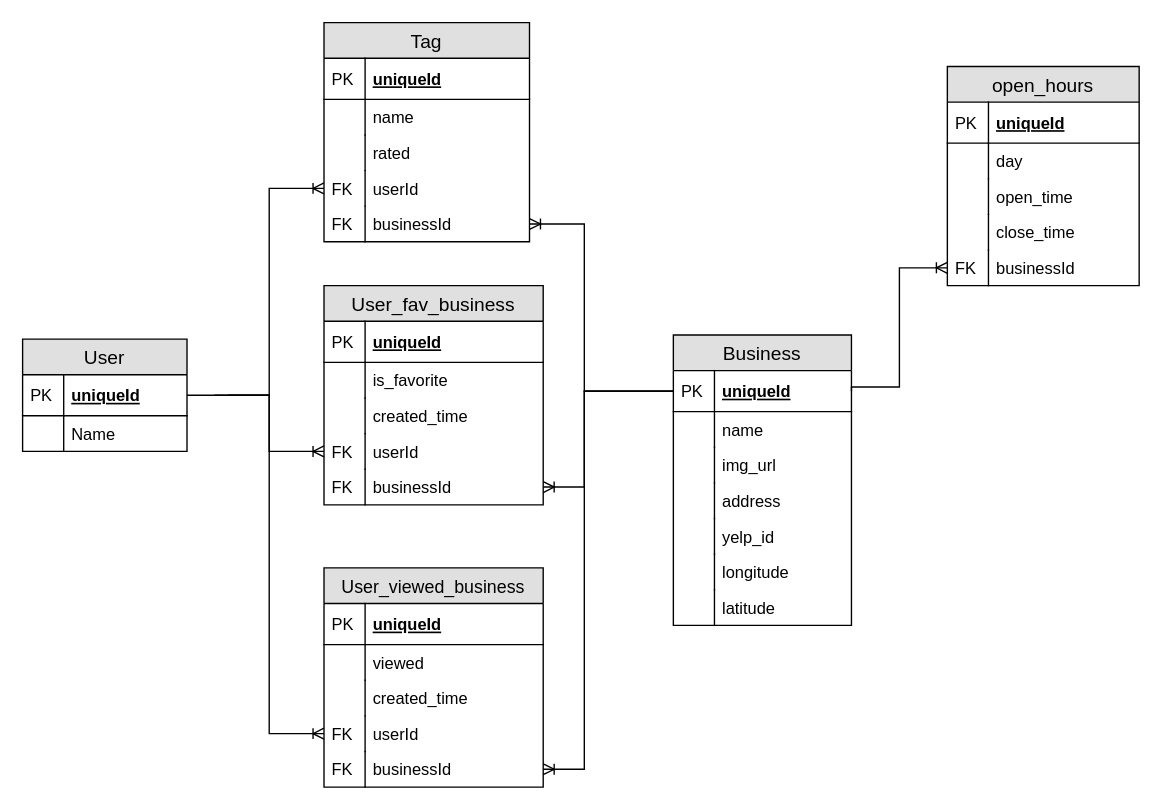
The draw.io diagram project-planning/cafeDesk-ERD.drawio in vnctwong/cafedesk-server, before the edit. Source tidied: cells renumbered, new cells numbered last; positions are measured from the earlier drawing's top-left corner, leaving out a move shared by most shapes. Both pictures are drawn from the tidied source at 137%, with x=0, y=0 at pixel (22, 22).
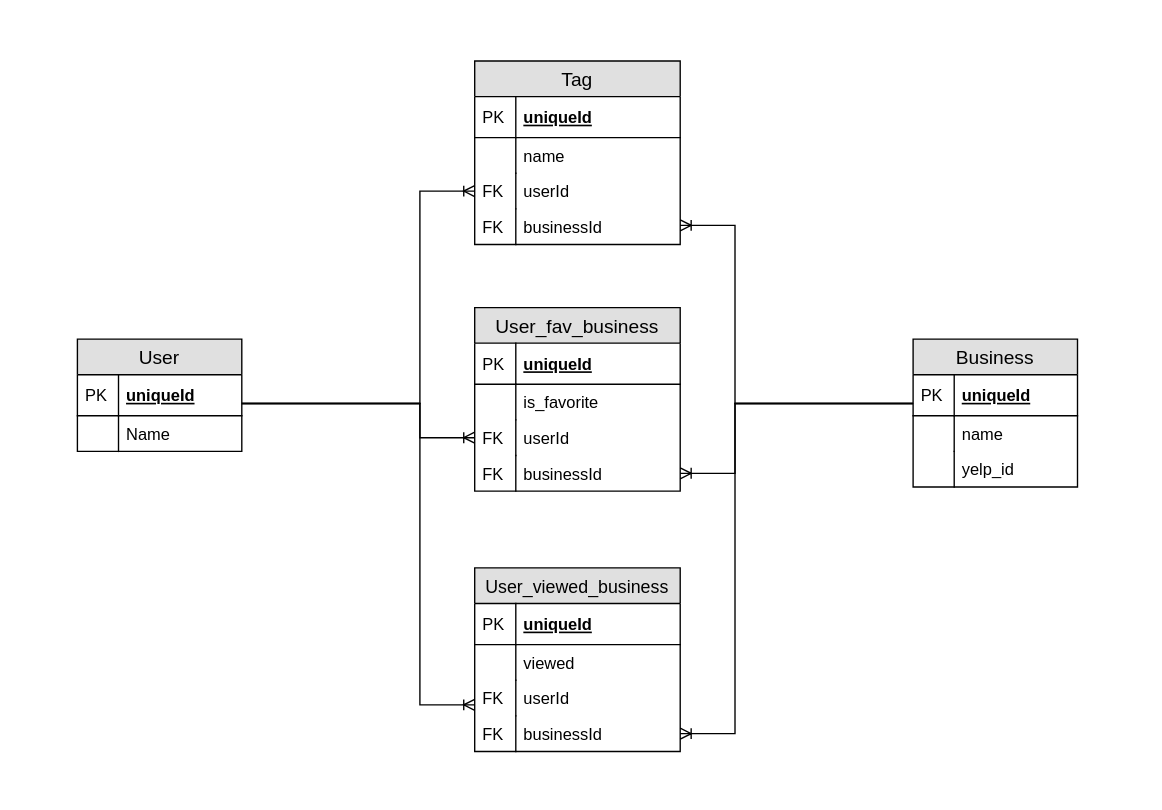
Above is the later version.

Commit message (it also covers changes not shown here):
minor linting + new ERD

Unchanged cells that the change refers to:
```xml
<mxCell id="3" value="uniqueId" style="shape=partialRectangle;top=0;left=0;right=0;bottom=1;align=left;verticalAlign=middle;fillColor=none;spacingLeft=34;spacingRight=4;overflow=hidden;points=[[0,0.5],[1,0.5]];portConstraint=eastwest;fontStyle=5;fontSize=12;" parent="2" vertex="1">
  <mxGeometry y="26" width="120" height="30" as="geometry" />
</mxCell>
```

Change to the diagram source:
```diff
@@
     <mxCell id="2" value="User" style="swimlane;fontStyle=0;horizontal=1;startSize=26;fillColor=#e0e0e0;swimlaneFillColor=#ffffff;align=center;fontSize=14;" parent="1" vertex="1">
-      <mxGeometry y="231" width="120" height="82" as="geometry" />
+      <mxGeometry x="40" y="231" width="120" height="82" as="geometry" />
     </mxCell>
@@
     <mxCell id="7" value="Business" style="swimlane;fontStyle=0;horizontal=1;startSize=26;fillColor=#e0e0e0;swimlaneFillColor=#ffffff;align=center;fontSize=14;" parent="1" vertex="1">
-      <mxGeometry x="475" y="228" width="130" height="212" as="geometry" />
+      <mxGeometry x="650" y="231" width="120" height="108" as="geometry" />
     </mxCell>
     <mxCell id="8" value="uniqueId" style="shape=partialRectangle;top=0;left=0;right=0;bottom=1;align=left;verticalAlign=middle;fillColor=none;spacingLeft=34;spacingRight=4;overflow=hidden;points=[[0,0.5],[1,0.5]];portConstraint=eastwest;fontStyle=5;fontSize=12;" parent="7" vertex="1">
-      <mxGeometry y="26" width="130" height="30" as="geometry" />
+      <mxGeometry y="26" width="120" height="30" as="geometry" />
     </mxCell>
@@
     <mxCell id="10" value="name" style="shape=partialRectangle;top=0;left=0;right=0;bottom=0;align=left;verticalAlign=top;fillColor=none;spacingLeft=34;spacingRight=4;overflow=hidden;points=[[0,0.5],[1,0.5]];portConstraint=eastwest;fontSize=12;" parent="7" vertex="1">
-      <mxGeometry y="56" width="130" height="26" as="geometry" />
+      <mxGeometry y="56" width="120" height="26" as="geometry" />
     </mxCell>
@@
-    <mxCell id="12" value="img_url" style="shape=partialRectangle;top=0;left=0;right=0;bottom=0;align=left;verticalAlign=top;fillColor=none;spacingLeft=34;spacingRight=4;overflow=hidden;fontSize=12;" parent="7" vertex="1">
-      <mxGeometry y="82" width="130" height="26" as="geometry" />
-    </mxCell>
-    <mxCell id="13" style="shape=partialRectangle;top=0;left=0;bottom=0;fillColor=none;align=left;verticalAlign=top;spacingLeft=4;spacingRight=4;overflow=hidden;fontSize=12;" parent="12" vertex="1">
-      <mxGeometry width="30" height="26" as="geometry" />
-    </mxCell>
-    <mxCell id="14" value="address" style="shape=partialRectangle;top=0;left=0;right=0;bottom=0;align=left;verticalAlign=top;fillColor=none;spacingLeft=34;spacingRight=4;overflow=hidden;fontSize=12;" parent="7" vertex="1">
-      <mxGeometry y="108" width="130" height="26" as="geometry" />
-    </mxCell>
-    <mxCell id="15" style="shape=partialRectangle;top=0;left=0;bottom=0;fillColor=none;align=left;verticalAlign=top;spacingLeft=4;spacingRight=4;overflow=hidden;fontSize=12;" parent="14" vertex="1">
-      <mxGeometry width="30" height="26" as="geometry" />
-    </mxCell>
@@
     <mxCell id="17" value="yelp_id" style="shape=partialRectangle;top=0;left=0;right=0;bottom=0;align=left;verticalAlign=top;fillColor=none;spacingLeft=34;spacingRight=4;overflow=hidden;fontSize=12;" parent="7" vertex="1">
-      <mxGeometry y="134" width="130" height="26" as="geometry" />
+      <mxGeometry y="82" width="120" height="26" as="geometry" />
     </mxCell>
@@
-    <mxCell id="19" value="longitude&#10;" style="shape=partialRectangle;top=0;left=0;right=0;bottom=0;align=left;verticalAlign=top;fillColor=none;spacingLeft=34;spacingRight=4;overflow=hidden;fontSize=12;" parent="7" vertex="1">
-      <mxGeometry y="160" width="130" height="26" as="geometry" />
-    </mxCell>
-    <mxCell id="20" style="shape=partialRectangle;top=0;left=0;bottom=0;fillColor=none;align=left;verticalAlign=top;spacingLeft=4;spacingRight=4;overflow=hidden;fontSize=12;" parent="19" vertex="1">
-      <mxGeometry width="30" height="26" as="geometry" />
-    </mxCell>
-    <mxCell id="21" value="latitude&#10;" style="shape=partialRectangle;top=0;left=0;right=0;bottom=0;align=left;verticalAlign=top;fillColor=none;spacingLeft=34;spacingRight=4;overflow=hidden;fontSize=12;" parent="7" vertex="1">
-      <mxGeometry y="186" width="130" height="26" as="geometry" />
-    </mxCell>
-    <mxCell id="22" style="shape=partialRectangle;top=0;left=0;bottom=0;fillColor=none;align=left;verticalAlign=top;spacingLeft=4;spacingRight=4;overflow=hidden;fontSize=12;" parent="21" vertex="1">
-      <mxGeometry width="30" height="26" as="geometry" />
-    </mxCell>
-    <mxCell id="23" value="open_hours" style="swimlane;fontStyle=0;horizontal=1;startSize=26;fillColor=#e0e0e0;swimlaneFillColor=#ffffff;align=center;fontSize=14;" parent="1" vertex="1">
-      <mxGeometry x="675" y="32" width="140" height="160" as="geometry" />
-    </mxCell>
-    <mxCell id="24" value="uniqueId" style="shape=partialRectangle;top=0;left=0;right=0;bottom=1;align=left;verticalAlign=middle;fillColor=none;spacingLeft=34;spacingRight=4;overflow=hidden;fontStyle=5;fontSize=12;" parent="23" vertex="1">
-      <mxGeometry y="26" width="140" height="30" as="geometry" />
-    </mxCell>
-    <mxCell id="25" value="PK" style="shape=partialRectangle;top=0;left=0;bottom=0;fillColor=none;align=left;verticalAlign=middle;spacingLeft=4;spacingRight=4;overflow=hidden;fontSize=12;" parent="24" vertex="1">
-      <mxGeometry width="30" height="30" as="geometry" />
-    </mxCell>
-    <mxCell id="26" value="day" style="shape=partialRectangle;top=0;left=0;right=0;bottom=0;align=left;verticalAlign=top;fillColor=none;spacingLeft=34;spacingRight=4;overflow=hidden;fontSize=12;" parent="23" vertex="1">
-      <mxGeometry y="56" width="140" height="26" as="geometry" />
-    </mxCell>
-    <mxCell id="27" style="shape=partialRectangle;top=0;left=0;bottom=0;fillColor=none;align=left;verticalAlign=top;spacingLeft=4;spacingRight=4;overflow=hidden;fontSize=12;" parent="26" vertex="1">
-      <mxGeometry width="30" height="26" as="geometry" />
-    </mxCell>
-    <mxCell id="28" value="open_time" style="shape=partialRectangle;top=0;left=0;right=0;bottom=0;align=left;verticalAlign=top;fillColor=none;spacingLeft=34;spacingRight=4;overflow=hidden;fontSize=12;" parent="23" vertex="1">
-      <mxGeometry y="82" width="140" height="26" as="geometry" />
-    </mxCell>
-    <mxCell id="29" style="shape=partialRectangle;top=0;left=0;bottom=0;fillColor=none;align=left;verticalAlign=top;spacingLeft=4;spacingRight=4;overflow=hidden;fontSize=12;" parent="28" vertex="1">
-      <mxGeometry width="30" height="26" as="geometry" />
-    </mxCell>
-    <mxCell id="30" value="close_time" style="shape=partialRectangle;top=0;left=0;right=0;bottom=0;align=left;verticalAlign=top;fillColor=none;spacingLeft=34;spacingRight=4;overflow=hidden;fontSize=12;" parent="23" vertex="1">
-      <mxGeometry y="108" width="140" height="26" as="geometry" />
-    </mxCell>
-    <mxCell id="31" style="shape=partialRectangle;top=0;left=0;bottom=0;fillColor=none;align=left;verticalAlign=top;spacingLeft=4;spacingRight=4;overflow=hidden;fontSize=12;" parent="30" vertex="1">
-      <mxGeometry width="30" height="26" as="geometry" />
-    </mxCell>
-    <mxCell id="32" value="businessId" style="shape=partialRectangle;top=0;left=0;right=0;bottom=0;align=left;verticalAlign=top;fillColor=none;spacingLeft=34;spacingRight=4;overflow=hidden;points=[[0,0.5],[1,0.5]];portConstraint=eastwest;fontSize=12;" parent="23" vertex="1">
-      <mxGeometry y="134" width="140" height="26" as="geometry" />
-    </mxCell>
-    <mxCell id="33" value="FK" style="shape=partialRectangle;top=0;left=0;bottom=0;fillColor=none;align=left;verticalAlign=top;spacingLeft=4;spacingRight=4;overflow=hidden;fontSize=12;" parent="32" vertex="1">
-      <mxGeometry width="30" height="26" as="geometry" />
-    </mxCell>
     <mxCell id="34" value="User_viewed_business" style="swimlane;fontStyle=0;horizontal=1;startSize=26;fillColor=#e0e0e0;swimlaneFillColor=#ffffff;align=center;fontSize=13;" parent="1" vertex="1">
-      <mxGeometry x="220" y="398" width="160" height="160" as="geometry" />
+      <mxGeometry x="330" y="398" width="150" height="134" as="geometry" />
     </mxCell>
     <mxCell id="35" value="uniqueId" style="shape=partialRectangle;top=0;left=0;right=0;bottom=1;align=left;verticalAlign=middle;fillColor=none;spacingLeft=34;spacingRight=4;overflow=hidden;fontStyle=5;fontSize=12;" parent="34" vertex="1">
-      <mxGeometry y="26" width="160" height="30" as="geometry" />
+      <mxGeometry y="26" width="150" height="30" as="geometry" />
     </mxCell>
@@
     <mxCell id="37" value="viewed" style="shape=partialRectangle;top=0;left=0;right=0;bottom=0;align=left;verticalAlign=top;fillColor=none;spacingLeft=34;spacingRight=4;overflow=hidden;fontSize=12;" parent="34" vertex="1">
-      <mxGeometry y="56" width="160" height="26" as="geometry" />
+      <mxGeometry y="56" width="150" height="26" as="geometry" />
     </mxCell>
@@
-    <mxCell id="39" value="created_time" style="shape=partialRectangle;top=0;left=0;right=0;bottom=0;align=left;verticalAlign=top;fillColor=none;spacingLeft=34;spacingRight=4;overflow=hidden;fontSize=12;" parent="34" vertex="1">
-      <mxGeometry y="82" width="160" height="26" as="geometry" />
-    </mxCell>
-    <mxCell id="40" style="shape=partialRectangle;top=0;left=0;bottom=0;fillColor=none;align=left;verticalAlign=top;spacingLeft=4;spacingRight=4;overflow=hidden;fontSize=12;" parent="39" vertex="1">
-      <mxGeometry width="30" height="26" as="geometry" />
-    </mxCell>
     <mxCell id="41" value="userId&#10;&#10;" style="shape=partialRectangle;top=0;left=0;right=0;bottom=0;align=left;verticalAlign=top;fillColor=none;spacingLeft=34;spacingRight=4;overflow=hidden;points=[[0,0.5],[1,0.5]];portConstraint=eastwest;fontSize=12;" parent="34" vertex="1">
-      <mxGeometry y="108" width="160" height="26" as="geometry" />
+      <mxGeometry y="82" width="150" height="26" as="geometry" />
     </mxCell>
@@
     <mxCell id="43" value="businessId" style="shape=partialRectangle;top=0;left=0;right=0;bottom=0;align=left;verticalAlign=top;fillColor=none;spacingLeft=34;spacingRight=4;overflow=hidden;points=[[0,0.5],[1,0.5]];portConstraint=eastwest;fontSize=12;" parent="34" vertex="1">
-      <mxGeometry y="134" width="160" height="26" as="geometry" />
+      <mxGeometry y="108" width="150" height="26" as="geometry" />
     </mxCell>
@@
     <mxCell id="45" value="User_fav_business" style="swimlane;fontStyle=0;horizontal=1;startSize=26;fillColor=#e0e0e0;swimlaneFillColor=#ffffff;align=center;fontSize=14;" parent="1" vertex="1">
-      <mxGeometry x="220" y="192" width="160" height="160" as="geometry" />
+      <mxGeometry x="330" y="208" width="150" height="134" as="geometry" />
     </mxCell>
     <mxCell id="46" value="uniqueId" style="shape=partialRectangle;top=0;left=0;right=0;bottom=1;align=left;verticalAlign=middle;fillColor=none;spacingLeft=34;spacingRight=4;overflow=hidden;fontStyle=5;fontSize=12;" parent="45" vertex="1">
-      <mxGeometry y="26" width="160" height="30" as="geometry" />
+      <mxGeometry y="26" width="150" height="30" as="geometry" />
     </mxCell>
@@
     <mxCell id="48" value="is_favorite" style="shape=partialRectangle;top=0;left=0;right=0;bottom=0;align=left;verticalAlign=top;fillColor=none;spacingLeft=34;spacingRight=4;overflow=hidden;fontSize=12;" parent="45" vertex="1">
-      <mxGeometry y="56" width="160" height="26" as="geometry" />
+      <mxGeometry y="56" width="150" height="26" as="geometry" />
     </mxCell>
@@
-    <mxCell id="50" value="created_time" style="shape=partialRectangle;top=0;left=0;right=0;bottom=0;align=left;verticalAlign=top;fillColor=none;spacingLeft=34;spacingRight=4;overflow=hidden;fontSize=12;" parent="45" vertex="1">
-      <mxGeometry y="82" width="160" height="26" as="geometry" />
-    </mxCell>
-    <mxCell id="51" style="shape=partialRectangle;top=0;left=0;bottom=0;fillColor=none;align=left;verticalAlign=top;spacingLeft=4;spacingRight=4;overflow=hidden;fontSize=12;" parent="50" vertex="1">
-      <mxGeometry width="30" height="26" as="geometry" />
-    </mxCell>
     <mxCell id="52" value="userId" style="shape=partialRectangle;top=0;left=0;right=0;bottom=0;align=left;verticalAlign=top;fillColor=none;spacingLeft=34;spacingRight=4;overflow=hidden;points=[[0,0.5],[1,0.5]];portConstraint=eastwest;fontSize=12;" parent="45" vertex="1">
-      <mxGeometry y="108" width="160" height="26" as="geometry" />
+      <mxGeometry y="82" width="150" height="26" as="geometry" />
     </mxCell>
@@
     <mxCell id="54" value="businessId" style="shape=partialRectangle;top=0;left=0;right=0;bottom=0;align=left;verticalAlign=top;fillColor=none;spacingLeft=34;spacingRight=4;overflow=hidden;points=[[0,0.5],[1,0.5]];portConstraint=eastwest;fontSize=12;" parent="45" vertex="1">
-      <mxGeometry y="134" width="160" height="26" as="geometry" />
+      <mxGeometry y="108" width="150" height="26" as="geometry" />
     </mxCell>
@@
     <mxCell id="56" value="Tag" style="swimlane;fontStyle=0;horizontal=1;startSize=26;fillColor=#e0e0e0;swimlaneFillColor=#ffffff;align=center;fontSize=14;" parent="1" vertex="1">
-      <mxGeometry x="220" width="150" height="160" as="geometry" />
+      <mxGeometry x="330" y="28" width="150" height="134" as="geometry" />
     </mxCell>
@@
-    <mxCell id="61" value="rated" style="shape=partialRectangle;top=0;left=0;right=0;bottom=0;align=left;verticalAlign=top;fillColor=none;spacingLeft=34;spacingRight=4;overflow=hidden;fontSize=12;" parent="56" vertex="1">
-      <mxGeometry y="82" width="150" height="26" as="geometry" />
-    </mxCell>
-    <mxCell id="62" style="shape=partialRectangle;top=0;left=0;bottom=0;fillColor=none;align=left;verticalAlign=top;spacingLeft=4;spacingRight=4;overflow=hidden;fontSize=12;" parent="61" vertex="1">
-      <mxGeometry width="30" height="26" as="geometry" />
-    </mxCell>
     <mxCell id="63" value="userId" style="shape=partialRectangle;top=0;left=0;right=0;bottom=0;align=left;verticalAlign=top;fillColor=none;spacingLeft=34;spacingRight=4;overflow=hidden;points=[[0,0.5],[1,0.5]];portConstraint=eastwest;fontSize=12;" parent="56" vertex="1">
-      <mxGeometry y="108" width="150" height="26" as="geometry" />
+      <mxGeometry y="82" width="150" height="26" as="geometry" />
     </mxCell>
@@
     <mxCell id="65" value="businessId" style="shape=partialRectangle;top=0;left=0;right=0;bottom=0;align=left;verticalAlign=top;fillColor=none;spacingLeft=34;spacingRight=4;overflow=hidden;points=[[0,0.5],[1,0.5]];portConstraint=eastwest;fontSize=12;" parent="56" vertex="1">
-      <mxGeometry y="134" width="150" height="26" as="geometry" />
+      <mxGeometry y="108" width="150" height="26" as="geometry" />
     </mxCell>
@@
-    <mxCell id="67" style="edgeStyle=orthogonalEdgeStyle;fontSize=12;html=1;endArrow=ERoneToMany;strokeWidth=1;entryX=0;entryY=0.5;entryDx=0;entryDy=0;rounded=0;" parent="1" edge="1" target="63">
-      <mxGeometry relative="1" as="geometry">
-        <mxPoint x="140" y="272" as="sourcePoint" />
-        <Array as="points">
-          <mxPoint x="180" y="272" />
-          <mxPoint x="180" y="121" />
-        </Array>
-      </mxGeometry>
-    </mxCell>
+    <mxCell id="74" style="edgeStyle=orthogonalEdgeStyle;fontSize=12;html=1;endArrow=ERoneToMany;rounded=0;" parent="1" edge="1" source="3" target="63">
+      <mxGeometry relative="1" as="geometry">
+        <Array as="points">
+          <mxPoint x="290" y="278" />
+          <mxPoint x="290" y="123" />
+        </Array>
+      </mxGeometry>
+    </mxCell>
-    <mxCell id="68" style="edgeStyle=orthogonalEdgeStyle;fontSize=12;html=1;endArrow=ERoneToMany;strokeWidth=1;entryX=0;entryY=0.5;entryDx=0;entryDy=0;exitX=1;exitY=0.5;exitDx=0;exitDy=0;rounded=0;" parent="1" edge="1" source="3" target="41">
+    <mxCell id="68" style="edgeStyle=orthogonalEdgeStyle;fontSize=12;html=1;endArrow=ERoneToMany;rounded=0;" parent="1" edge="1" source="3" target="41">
       <mxGeometry relative="1" as="geometry">
         <Array as="points">
-          <mxPoint x="180" y="272" />
-          <mxPoint x="180" y="519" />
+          <mxPoint x="290" y="278" />
+          <mxPoint x="290" y="498" />
         </Array>
       </mxGeometry>
     </mxCell>
-    <mxCell id="69" style="edgeStyle=orthogonalEdgeStyle;fontSize=12;html=1;endArrow=ERoneToMany;strokeWidth=1;rounded=0;entryX=0;entryY=0.5;entryDx=0;entryDy=0;" parent="1" edge="1" target="52">
-      <mxGeometry relative="1" as="geometry">
-        <mxPoint x="150" y="272" as="sourcePoint" />
-        <Array as="points">
-          <mxPoint x="180" y="272" />
-          <mxPoint x="180" y="313" />
-        </Array>
-      </mxGeometry>
-    </mxCell>
+    <mxCell id="75" style="edgeStyle=orthogonalEdgeStyle;fontSize=12;html=1;endArrow=ERoneToMany;rounded=0;" parent="1" edge="1" source="3" target="52">
+      <mxGeometry relative="1" as="geometry">
+        <Array as="points">
+          <mxPoint x="290" y="278" />
+          <mxPoint x="290" y="303" />
+        </Array>
+      </mxGeometry>
+    </mxCell>
-    <mxCell id="70" style="edgeStyle=orthogonalEdgeStyle;fontSize=12;html=1;endArrow=ERoneToMany;strokeWidth=1;rounded=0;exitX=0;exitY=0.5;exitDx=0;exitDy=0;entryX=1;entryY=0.5;entryDx=0;entryDy=0;" parent="1" edge="1" source="8" target="65">
+    <mxCell id="70" style="edgeStyle=orthogonalEdgeStyle;fontSize=12;html=1;endArrow=ERoneToMany;rounded=0;" parent="1" edge="1" source="8" target="65">
       <mxGeometry relative="1" as="geometry">
         <Array as="points">
-          <mxPoint x="410" y="269" />
-          <mxPoint x="410" y="147" />
+          <mxPoint x="520" y="278" />
+          <mxPoint x="520" y="148" />
         </Array>
       </mxGeometry>
     </mxCell>
+    <mxCell id="72" style="edgeStyle=orthogonalEdgeStyle;fontSize=12;html=1;endArrow=ERoneToMany;rounded=0;" parent="1" edge="1" source="8" target="43">
+      <mxGeometry relative="1" as="geometry">
+        <Array as="points">
+          <mxPoint x="520" y="278" />
+          <mxPoint x="520" y="519" />
+        </Array>
+      </mxGeometry>
+    </mxCell>
-    <mxCell id="71" style="edgeStyle=orthogonalEdgeStyle;fontSize=12;html=1;endArrow=ERoneToMany;strokeWidth=1;rounded=0;exitX=0;exitY=0.5;exitDx=0;exitDy=0;entryX=1;entryY=0.5;entryDx=0;entryDy=0;" parent="1" edge="1" source="8" target="54">
+    <mxCell id="71" style="edgeStyle=orthogonalEdgeStyle;fontSize=12;html=1;endArrow=ERoneToMany;rounded=0;" parent="1" edge="1" source="8" target="54">
       <mxGeometry relative="1" as="geometry">
         <Array as="points">
-          <mxPoint x="410" y="269" />
-          <mxPoint x="410" y="339" />
+          <mxPoint x="520" y="278" />
+          <mxPoint x="520" y="329" />
         </Array>
       </mxGeometry>
     </mxCell>
-    <mxCell id="72" style="edgeStyle=orthogonalEdgeStyle;fontSize=12;html=1;endArrow=ERoneToMany;strokeWidth=1;rounded=0;entryX=1;entryY=0.5;entryDx=0;entryDy=0;exitX=0;exitY=0.5;exitDx=0;exitDy=0;" parent="1" edge="1" source="8" target="43">
-      <mxGeometry relative="1" as="geometry">
-        <Array as="points">
-          <mxPoint x="410" y="269" />
-          <mxPoint x="410" y="545" />
-        </Array>
-      </mxGeometry>
-    </mxCell>
-    <mxCell id="73" style="edgeStyle=orthogonalEdgeStyle;fontSize=12;html=1;endArrow=ERoneToMany;strokeWidth=1;rounded=0;exitX=1;exitY=0.5;exitDx=0;exitDy=0;entryX=0;entryY=0.5;entryDx=0;entryDy=0;" parent="1" edge="1" source="8" target="32">
-      <mxGeometry relative="1" as="geometry">
-        <Array as="points">
-          <mxPoint x="605" y="266" />
-          <mxPoint x="640" y="266" />
-          <mxPoint x="640" y="179" />
-        </Array>
-      </mxGeometry>
-    </mxCell>
```
